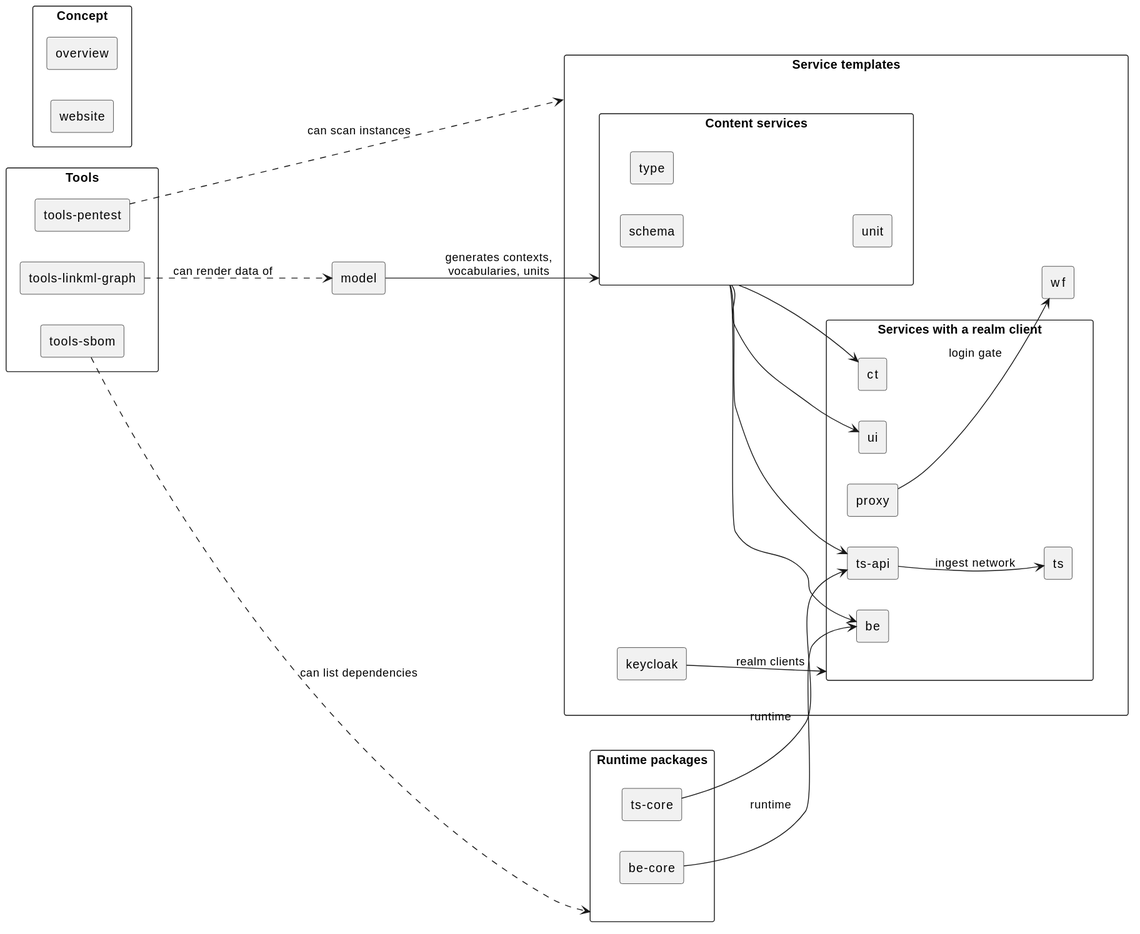
Earlier version of the PlantUML export docs/concepts/diagrams/03-2-repositories.svg (ifdd-de/overview).
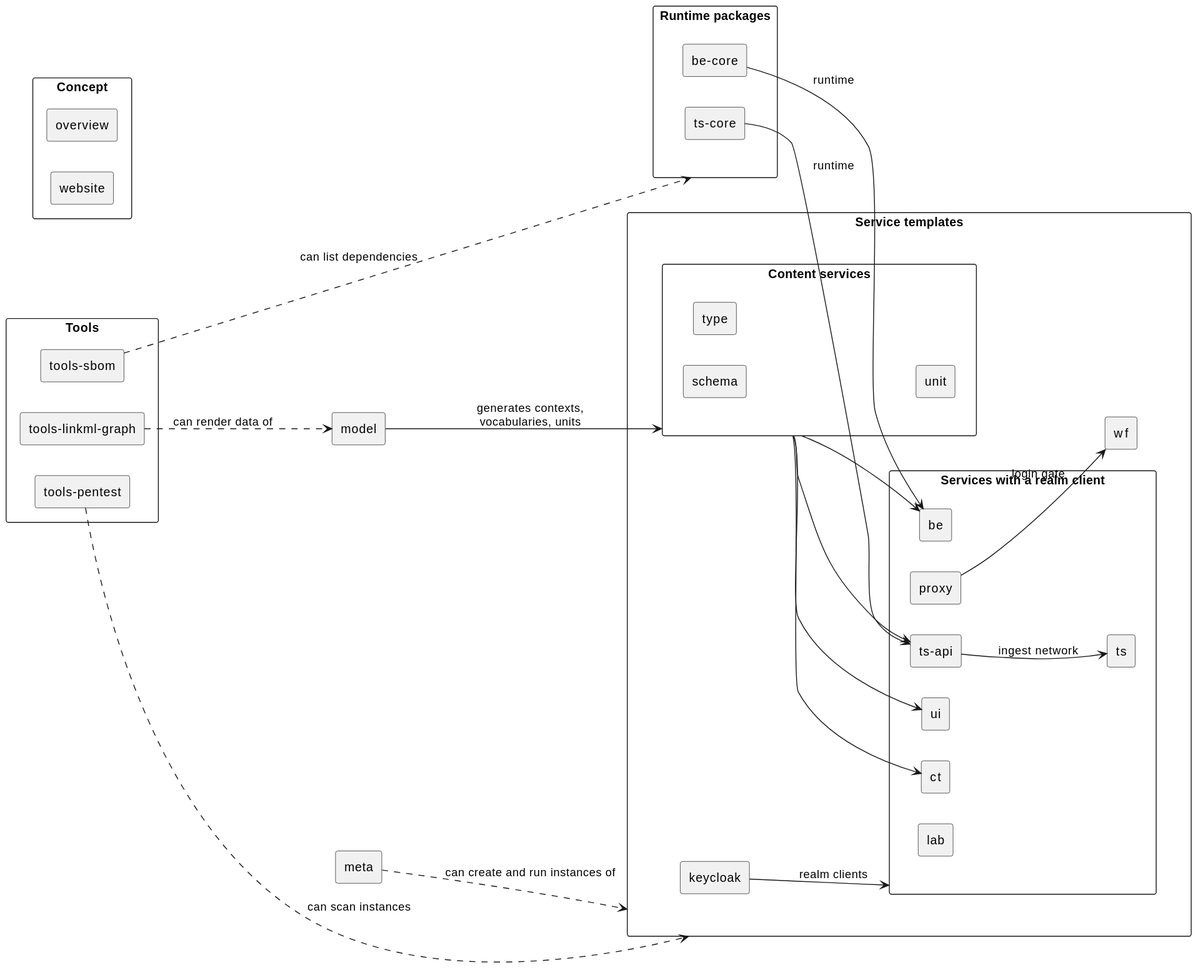
Above is the later version.

What changed in the source:
```diff
@@ -11,6 +11,7 @@
   rectangle "tools-pentest" as pentest
 }
 rectangle "model" as model
+rectangle "meta" as meta
 package "Runtime packages" as packages {
   rectangle "be-core" as becore
   rectangle "ts-core" as tscore
@@ -29,6 +30,7 @@
     rectangle "ts-api" as tsapi
     rectangle "ts" as ts
     rectangle "proxy" as proxy
+    rectangle "lab" as lab
   }
   rectangle "wf" as wf
 }
@@ -45,4 +47,5 @@
 linkmlgraph ..> model : can render data of
 sbom ..> packages : can list dependencies
 pentest ..> templates : can scan instances
+meta ..> templates : can create and run instances of
 @enduml
```
